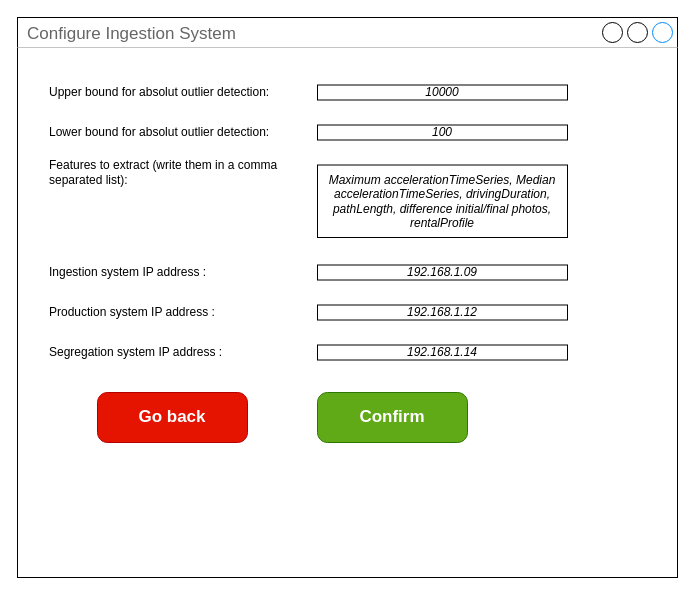
The draw.io diagram evaluation_system(JACO).drawio in BaffoBello14/AutomaticDamagesRecognition, before the edit. Source tidied: cells renumbered, new cells numbered last; positions are measured from the earlier drawing's top-left corner, leaving out a move shared by most shapes. Both pictures are drawn from the tidied source at 100%, with x=0, y=0 at pixel (17, 17).
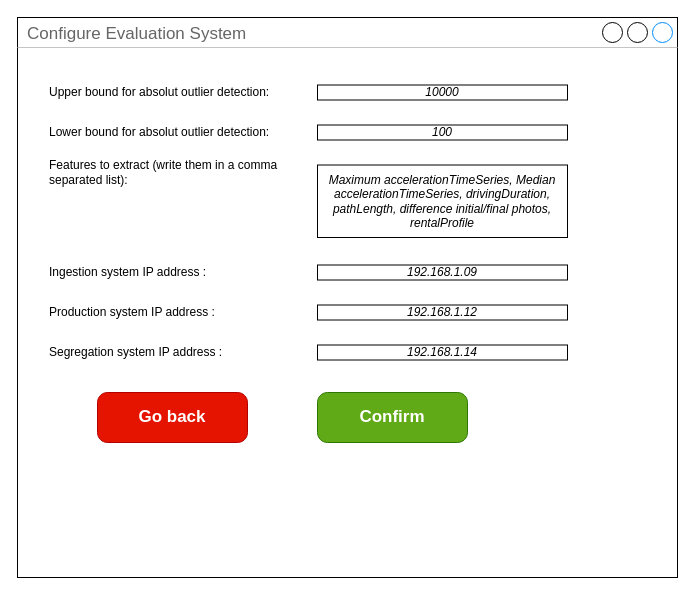
The same diagram, later.

The edit, as a diff of the source:
```diff
@@
 <mxGraphModel>
   <root>
     <mxCell id="0" />
     <mxCell id="1" parent="0" />
-    <mxCell id="2" value="Configure Ingestion System" style="strokeWidth=1;shadow=0;dashed=0;align=center;html=1;shape=mxgraph.mockup.containers.window;align=left;verticalAlign=top;spacingLeft=8;strokeColor2=#008cff;strokeColor3=#c4c4c4;fontColor=#666666;mainText=;fontSize=17;labelBackgroundColor=none;whiteSpace=wrap;" parent="1" vertex="1">
+    <mxCell id="2" value="Configure Evaluation System" style="strokeWidth=1;shadow=0;dashed=0;align=center;html=1;shape=mxgraph.mockup.containers.window;align=left;verticalAlign=top;spacingLeft=8;strokeColor2=#008cff;strokeColor3=#c4c4c4;fontColor=#666666;mainText=;fontSize=17;labelBackgroundColor=none;whiteSpace=wrap;" parent="1" vertex="1">
       <mxGeometry width="660" height="560" as="geometry" />
     </mxCell>
     <mxCell id="3" value="Confirm" style="strokeWidth=1;shadow=0;dashed=0;align=center;html=1;shape=mxgraph.mockup.buttons.button;strokeColor=#2D7600;fontColor=#ffffff;mainText=;buttonStyle=round;fontSize=17;fontStyle=1;fillColor=#60a917;whiteSpace=wrap;" parent="1" vertex="1">
       <mxGeometry x="300" y="375" width="150" height="50" as="geometry" />
     </mxCell>
     <mxCell id="4" value="Go back" style="strokeWidth=1;shadow=0;dashed=0;align=center;html=1;shape=mxgraph.mockup.buttons.button;strokeColor=#B20000;mainText=;buttonStyle=round;fontSize=17;fontStyle=1;fillColor=#e51400;whiteSpace=wrap;fontColor=#ffffff;" parent="1" vertex="1">
       <mxGeometry x="80" y="375" width="150" height="50" as="geometry" />
     </mxCell>
     <mxCell id="5" value="Upper bound for absolut outlier detection:" style="text;html=1;strokeColor=none;fillColor=none;align=left;verticalAlign=middle;whiteSpace=wrap;rounded=0;" parent="1" vertex="1">
       <mxGeometry x="30" y="60" width="240" height="30" as="geometry" />
     </mxCell>
     <mxCell id="6" value="&lt;i&gt;&lt;font&gt;10000&lt;/font&gt;&lt;/i&gt;" style="rounded=0;whiteSpace=wrap;html=1;fontColor=#000000;" parent="1" vertex="1">
       <mxGeometry x="300" y="67.5" width="250" height="15" as="geometry" />
     </mxCell>
     <mxCell id="7" value="Lower bound for absolut outlier detection:" style="text;html=1;strokeColor=none;fillColor=none;align=left;verticalAlign=middle;whiteSpace=wrap;rounded=0;" parent="1" vertex="1">
       <mxGeometry x="30" y="100" width="230" height="30" as="geometry" />
     </mxCell>
     <mxCell id="8" value="&lt;i&gt;&lt;font&gt;100&lt;/font&gt;&lt;/i&gt;" style="rounded=0;whiteSpace=wrap;html=1;fontColor=#000000;" parent="1" vertex="1">
       <mxGeometry x="300" y="107.5" width="250" height="15" as="geometry" />
     </mxCell>
     <mxCell id="9" value="Features to extract (write them in a comma separated list):" style="text;html=1;strokeColor=none;fillColor=none;align=left;verticalAlign=middle;whiteSpace=wrap;rounded=0;" parent="1" vertex="1">
       <mxGeometry x="30" y="140" width="240" height="30" as="geometry" />
     </mxCell>
     <mxCell id="10" value="&lt;i&gt;Maximum accelerationTimeSeries, Median accelerationTimeSeries, drivingDuration, pathLength, difference initial/final photos, rentalProfile&lt;/i&gt;" style="rounded=0;whiteSpace=wrap;html=1;fontColor=#000000;" parent="1" vertex="1">
       <mxGeometry x="300" y="147.5" width="250" height="72.5" as="geometry" />
     </mxCell>
     <mxCell id="11" value="Ingestion system IP address :" style="text;html=1;strokeColor=none;fillColor=none;align=left;verticalAlign=middle;whiteSpace=wrap;rounded=0;" parent="1" vertex="1">
       <mxGeometry x="30" y="240" width="210" height="30" as="geometry" />
     </mxCell>
     <mxCell id="12" value="&lt;i style=&quot;border-color: var(--border-color);&quot;&gt;&lt;font style=&quot;border-color: var(--border-color);&quot;&gt;192.168.1.09&lt;/font&gt;&lt;/i&gt;" style="rounded=0;whiteSpace=wrap;html=1;fontColor=#000000;" parent="1" vertex="1">
       <mxGeometry x="300" y="247.5" width="250" height="15" as="geometry" />
     </mxCell>
     <mxCell id="13" value="Production system IP address :" style="text;html=1;strokeColor=none;fillColor=none;align=left;verticalAlign=middle;whiteSpace=wrap;rounded=0;" parent="1" vertex="1">
       <mxGeometry x="30" y="280" width="210" height="30" as="geometry" />
     </mxCell>
     <mxCell id="14" value="&lt;i style=&quot;border-color: var(--border-color);&quot;&gt;&lt;font style=&quot;border-color: var(--border-color);&quot;&gt;192.168.1.12&lt;/font&gt;&lt;/i&gt;" style="rounded=0;whiteSpace=wrap;html=1;fontColor=#000000;" parent="1" vertex="1">
       <mxGeometry x="300" y="287.5" width="250" height="15" as="geometry" />
     </mxCell>
     <mxCell id="15" value="Segregation system IP address :" style="text;html=1;strokeColor=none;fillColor=none;align=left;verticalAlign=middle;whiteSpace=wrap;rounded=0;" parent="1" vertex="1">
       <mxGeometry x="30" y="320" width="210" height="30" as="geometry" />
     </mxCell>
     <mxCell id="16" value="&lt;i style=&quot;border-color: var(--border-color);&quot;&gt;&lt;font style=&quot;border-color: var(--border-color);&quot;&gt;192.168.1.14&lt;/font&gt;&lt;/i&gt;" style="rounded=0;whiteSpace=wrap;html=1;fontColor=#000000;" parent="1" vertex="1">
       <mxGeometry x="300" y="327.5" width="250" height="15" as="geometry" />
     </mxCell>
   </root>
 </mxGraphModel>
```
